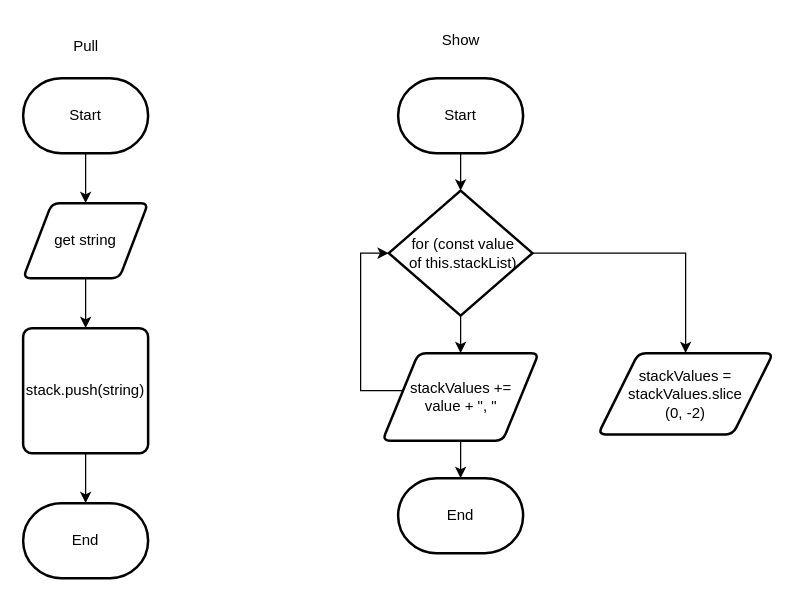
MTHS-ICS4U-1-2023/ICS4U-Unit2-Liu-Johanna keeps this draw.io diagram as Unit2-01/design/flowchart.drawio. Above is the earlier version. Source tidied: cells renumbered, new cells numbered last; positions are measured from the earlier drawing's top-left corner, leaving out a move shared by most shapes. Both pictures are drawn from the tidied source at 125%, with x=0, y=0 at pixel (22, 21).
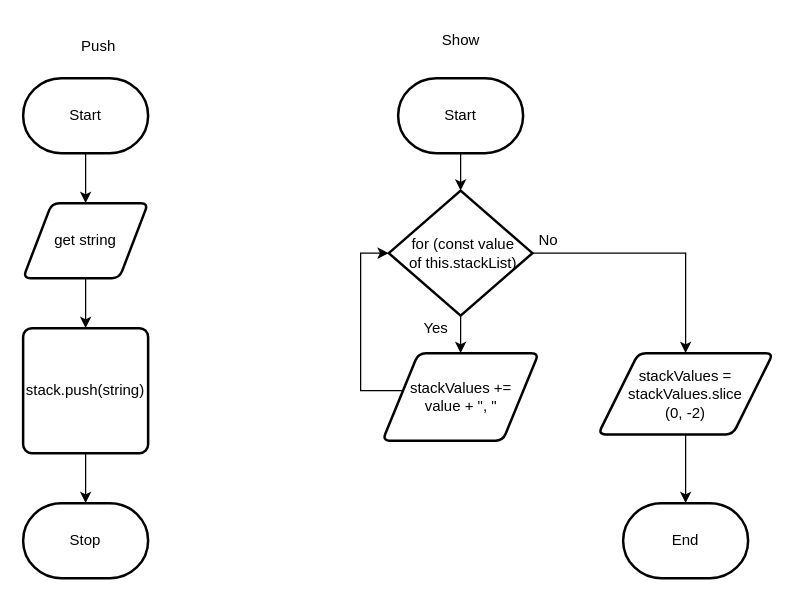
The same page after the edit.

Unchanged cells that the change refers to:
```xml
<mxCell id="19" value="stackValues += &lt;br&gt;value + &quot;, &quot;" style="shape=parallelogram;html=1;strokeWidth=2;perimeter=parallelogramPerimeter;whiteSpace=wrap;rounded=1;arcSize=12;size=0.23;" parent="1" vertex="1">
  <mxGeometry x="287.5" y="265" width="125" height="70" as="geometry" />
</mxCell>
<mxCell id="20" value="stackValues = stackValues.slice&lt;br&gt;(0, -2)" style="shape=parallelogram;html=1;strokeWidth=2;perimeter=parallelogramPerimeter;whiteSpace=wrap;rounded=1;arcSize=12;size=0.23;" parent="1" vertex="1">
  <mxGeometry x="460" y="265" width="140" height="65" as="geometry" />
</mxCell>
```

Diff of the diagram source:
```diff
@@
-    <mxCell id="2" value="End" style="strokeWidth=2;html=1;shape=mxgraph.flowchart.terminator;whiteSpace=wrap;" parent="1" vertex="1">
+    <mxCell id="2" value="Stop" style="strokeWidth=2;html=1;shape=mxgraph.flowchart.terminator;whiteSpace=wrap;" parent="1" vertex="1">
       <mxGeometry y="385" width="100" height="60" as="geometry" />
     </mxCell>
@@
-    <mxCell id="9" value="Pull" style="text;html=1;align=center;verticalAlign=middle;strokeColor=none;fillColor=none;" parent="1" vertex="1">
-      <mxGeometry x="30" y="5" width="40" height="30" as="geometry" />
+    <mxCell id="9" value="Push" style="text;html=1;align=center;verticalAlign=middle;strokeColor=none;fillColor=none;" parent="1" vertex="1">
+      <mxGeometry x="35" y="5" width="50" height="30" as="geometry" />
     </mxCell>
     <mxCell id="10" value="End" style="strokeWidth=2;html=1;shape=mxgraph.flowchart.terminator;whiteSpace=wrap;" parent="1" vertex="1">
-      <mxGeometry x="300" y="365" width="100" height="60" as="geometry" />
+      <mxGeometry x="480" y="385" width="100" height="60" as="geometry" />
     </mxCell>
@@
-    <mxCell id="18" style="edgeStyle=orthogonalEdgeStyle;rounded=0;html=1;" parent="1" edge="1" source="19" target="10">
-      <mxGeometry relative="1" as="geometry" />
-    </mxCell>
@@
+    <mxCell id="21" style="edgeStyle=none;html=1;entryX=0.5;entryY=0;entryDx=0;entryDy=0;entryPerimeter=0;" parent="1" edge="1" source="20" target="10">
+      <mxGeometry relative="1" as="geometry" />
+    </mxCell>
@@
+    <mxCell id="22" value="Yes" style="text;html=1;align=center;verticalAlign=middle;strokeColor=none;fillColor=none;" parent="1" vertex="1">
+      <mxGeometry x="310" y="230" width="40" height="30" as="geometry" />
+    </mxCell>
+    <mxCell id="23" value="No" style="text;html=1;align=center;verticalAlign=middle;strokeColor=none;fillColor=none;" parent="1" vertex="1">
+      <mxGeometry x="400" y="160" width="40" height="30" as="geometry" />
+    </mxCell>
```
